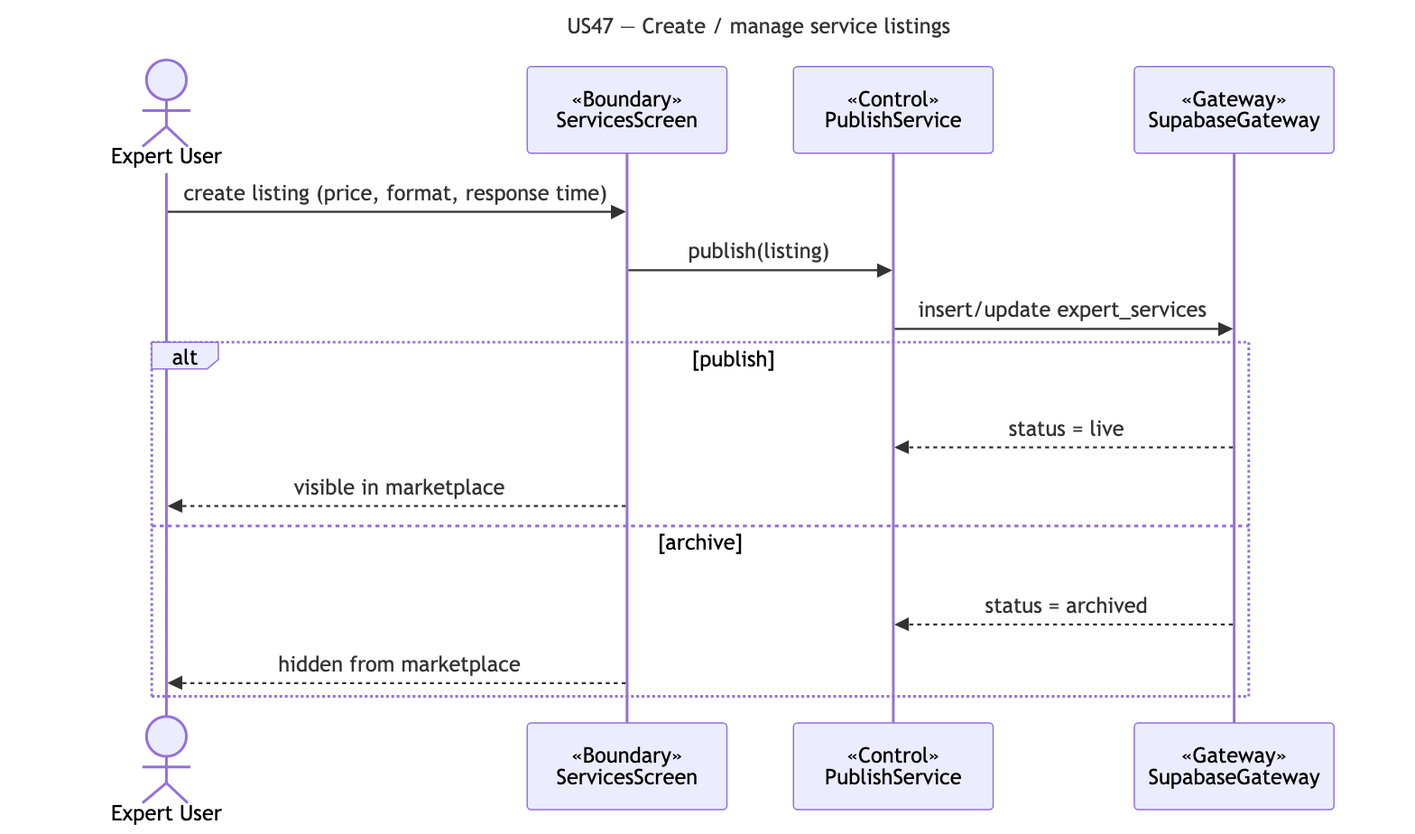
The Mermaid diagram docs/deliverables/sequence-diagrams/US47-service-listings.png in cyuanjun/FYP-26-S2-37-app, before a commit. Its source is kept beside it as docs/deliverables/sequence-diagrams/src/US47-service-listings.mmd.
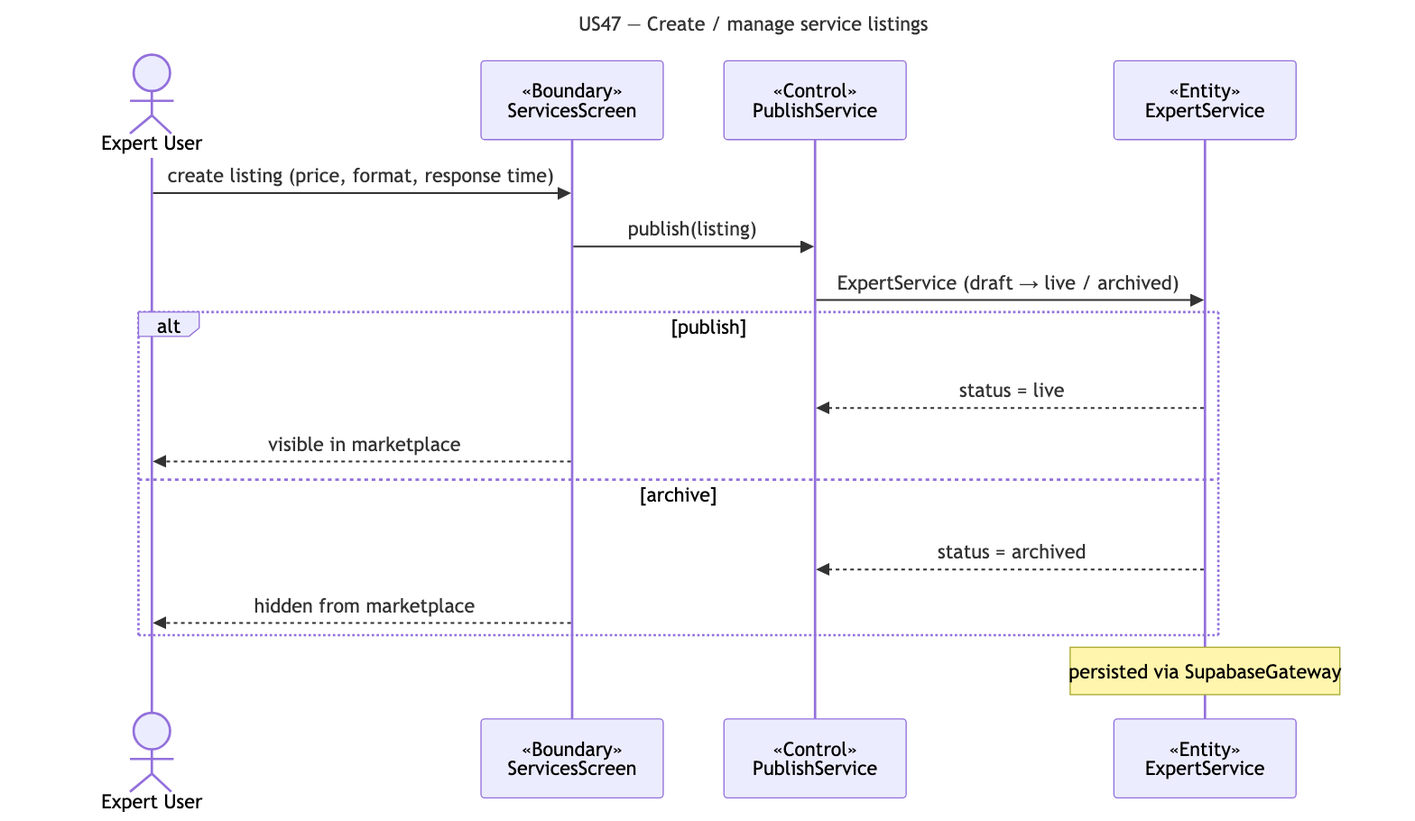
The same file after the commit.

The edit, as a diff of the source:
```diff
@@ -5,14 +5,15 @@
   actor A as Expert User
   participant B as «Boundary»<br/>ServicesScreen
   participant C as «Control»<br/>PublishService
-  participant G as «Gateway»<br/>SupabaseGateway
+  participant E as «Entity»<br/>ExpertService
   A->>B: create listing (price, format, response time)
   B->>C: publish(listing)
-  C->>G: insert/update expert_services
+  C->>E: ExpertService (draft → live / archived)
   alt publish
-    G-->>C: status = live
+    E-->>C: status = live
     B-->>A: visible in marketplace
   else archive
-    G-->>C: status = archived
+    E-->>C: status = archived
     B-->>A: hidden from marketplace
   end
+  note over E: persisted via SupabaseGateway
```
